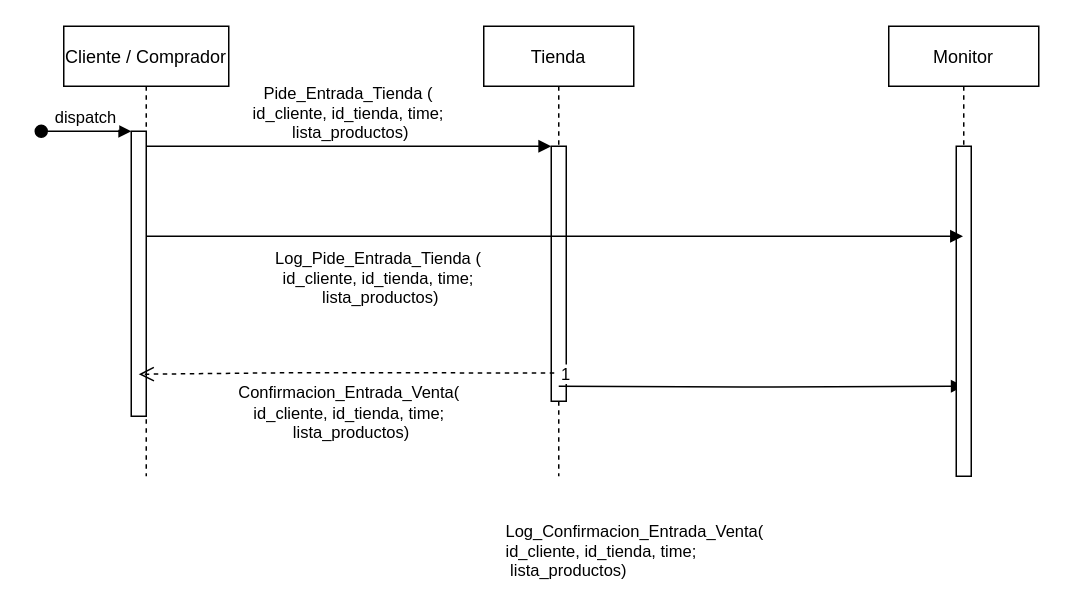
This is G-6/diagramas/EntradaTienda.drawio from pablot99/sistema-multiagente, a draw.io file, before an edit. Source tidied: cells renumbered, new cells numbered last; positions are measured from the earlier drawing's top-left corner, leaving out a move shared by most shapes. Both pictures are drawn from the tidied source at 150%, with x=0, y=0 at pixel (40, 26).
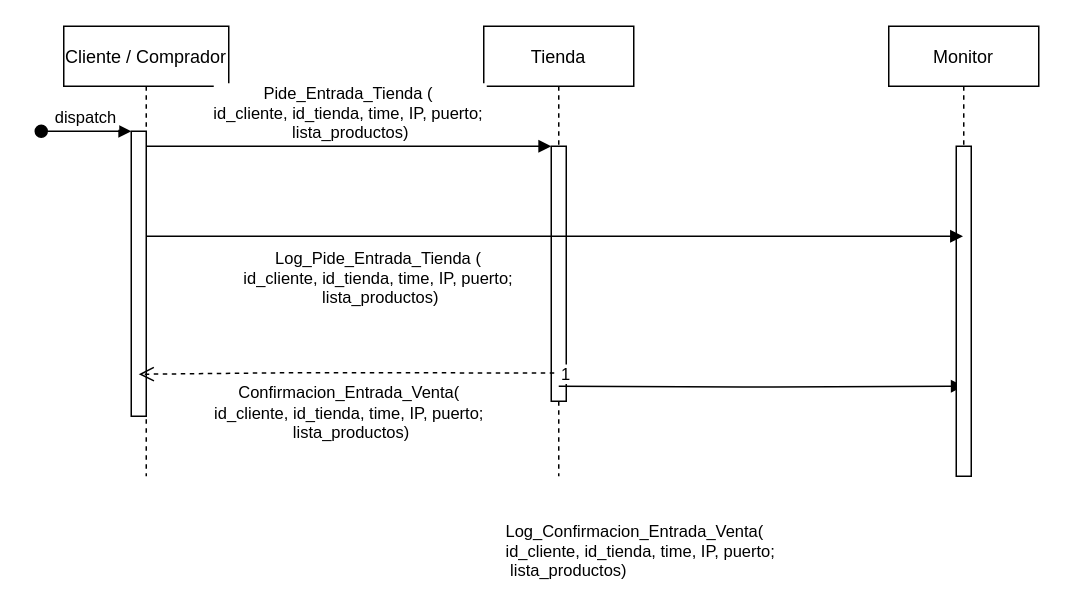
The same page after the edit.

Commit message (it also covers changes not shown here):
IP y puesto diagramas

The change refers to these unchanged cells:
```xml
<mxCell id="3" style="points=[];perimeter=orthogonalPerimeter;rounded=0;shadow=0;strokeWidth=1;" parent="2" vertex="1">
  <mxGeometry x="45" y="70" width="10" height="190" as="geometry" />
</mxCell>
<mxCell id="5" value="Tienda" style="shape=umlLifeline;perimeter=lifelinePerimeter;rounded=0;shadow=0;strokeWidth=1;" parent="1" vertex="1">
  <mxGeometry x="295" width="100" height="300" as="geometry" />
</mxCell>
<mxCell id="6" style="points=[];perimeter=orthogonalPerimeter;rounded=0;shadow=0;strokeWidth=1;" parent="5" vertex="1">
  <mxGeometry x="45" y="80" width="10" height="170" as="geometry" />
</mxCell>
<mxCell id="10" value="Monitor" style="shape=umlLifeline;perimeter=lifelinePerimeter;rounded=0;shadow=0;strokeWidth=1;" parent="1" vertex="1">
  <mxGeometry x="565" width="100" height="300" as="geometry" />
</mxCell>
<mxCell id="11" style="points=[];perimeter=orthogonalPerimeter;rounded=0;shadow=0;strokeWidth=1;" parent="10" vertex="1">
  <mxGeometry x="45" y="80" width="10" height="220" as="geometry" />
</mxCell>
```

Diff of the diagram source:
```diff
@@
-    <mxCell id="7" value="&lt;span style=&quot;text-align: center&quot;&gt;Log_Confirmacion_Entrada_Venta(&lt;/span&gt;&lt;br style=&quot;text-align: center&quot;&gt;&lt;span style=&quot;text-align: center&quot;&gt;id_cliente, id_tienda, time;&lt;/span&gt;&lt;br style=&quot;text-align: center ; padding: 0px ; margin: 0px&quot;&gt;&lt;span style=&quot;text-align: center&quot;&gt;&amp;nbsp;lista_productos)&lt;/span&gt;" style="endArrow=block;endFill=1;html=1;edgeStyle=orthogonalEdgeStyle;align=left;verticalAlign=top;entryX=0.5;entryY=0.727;entryDx=0;entryDy=0;entryPerimeter=0;" parent="5" edge="1" target="11">
+    <mxCell id="7" value="&lt;span style=&quot;text-align: center&quot;&gt;Log_Confirmacion_Entrada_Venta(&lt;/span&gt;&lt;br style=&quot;text-align: center&quot;&gt;&lt;span style=&quot;text-align: center&quot;&gt;id_cliente, id_tienda, time, IP, puerto;&lt;/span&gt;&lt;br style=&quot;text-align: center ; padding: 0px ; margin: 0px&quot;&gt;&lt;span style=&quot;text-align: center&quot;&gt;&amp;nbsp;lista_productos)&lt;/span&gt;" style="endArrow=block;endFill=1;html=1;edgeStyle=orthogonalEdgeStyle;align=left;verticalAlign=top;entryX=0.5;entryY=0.727;entryDx=0;entryDy=0;entryPerimeter=0;" parent="5" edge="1" target="11">
       <mxGeometry x="-0.02" y="85" relative="1" as="geometry">
         <mxPoint x="50" y="240" as="sourcePoint" />
         <mxPoint x="-85" y="83" as="offset" />
       </mxGeometry>
     </mxCell>
@@
-    <mxCell id="9" value="Pide_Entrada_Tienda (&#10;id_cliente, id_tienda, time;&#10; lista_productos)" style="verticalAlign=bottom;endArrow=block;entryX=0;entryY=0;shadow=0;strokeWidth=1;" parent="1" edge="1" source="3" target="6">
+    <mxCell id="9" value="Pide_Entrada_Tienda (&#10;id_cliente, id_tienda, time, IP, puerto;&#10; lista_productos)" style="verticalAlign=bottom;endArrow=block;entryX=0;entryY=0;shadow=0;strokeWidth=1;" parent="1" edge="1" source="3" target="6">
       <mxGeometry relative="1" as="geometry">
         <Array as="points">
           <mxPoint x="205" y="80" />
         </Array>
       </mxGeometry>
     </mxCell>
@@
-    <mxCell id="12" value="Log_Pide_Entrada_Tienda (&#10;id_cliente, id_tienda, time;&#10; lista_productos)" style="verticalAlign=bottom;endArrow=block;shadow=0;strokeWidth=1;" parent="1" edge="1" source="3" target="10">
+    <mxCell id="12" value="Log_Pide_Entrada_Tienda (&#10;id_cliente, id_tienda, time, IP, puerto;&#10; lista_productos)" style="verticalAlign=bottom;endArrow=block;shadow=0;strokeWidth=1;" parent="1" edge="1" source="3" target="10">
       <mxGeometry x="-0.43" y="-50" relative="1" as="geometry">
         <Array as="points">
           <mxPoint x="200" y="140" />
         </Array>
       </mxGeometry>
     </mxCell>
-    <mxCell id="13" value="Confirmacion_Entrada_Venta(&lt;br&gt;id_cliente, id_tienda, time;&lt;br style=&quot;padding: 0px ; margin: 0px&quot;&gt;&amp;nbsp;lista_productos)" style="html=1;verticalAlign=bottom;endArrow=open;dashed=1;endSize=8;exitX=0.2;exitY=0.889;exitDx=0;exitDy=0;exitPerimeter=0;" parent="1" edge="1" source="6">
+    <mxCell id="13" value="Confirmacion_Entrada_Venta(&lt;br&gt;id_cliente, id_tienda, time, IP, puerto;&lt;br style=&quot;padding: 0px ; margin: 0px&quot;&gt;&amp;nbsp;lista_productos)" style="html=1;verticalAlign=bottom;endArrow=open;dashed=1;endSize=8;exitX=0.2;exitY=0.889;exitDx=0;exitDy=0;exitPerimeter=0;" parent="1" edge="1" source="6">
       <mxGeometry x="0.28" y="63" relative="1" as="geometry">
         <mxPoint x="65" y="232" as="targetPoint" />
         <Array as="points">
           <mxPoint x="165" y="231" />
         </Array>
         <mxPoint x="39" y="-14" as="offset" />
       </mxGeometry>
     </mxCell>
```
